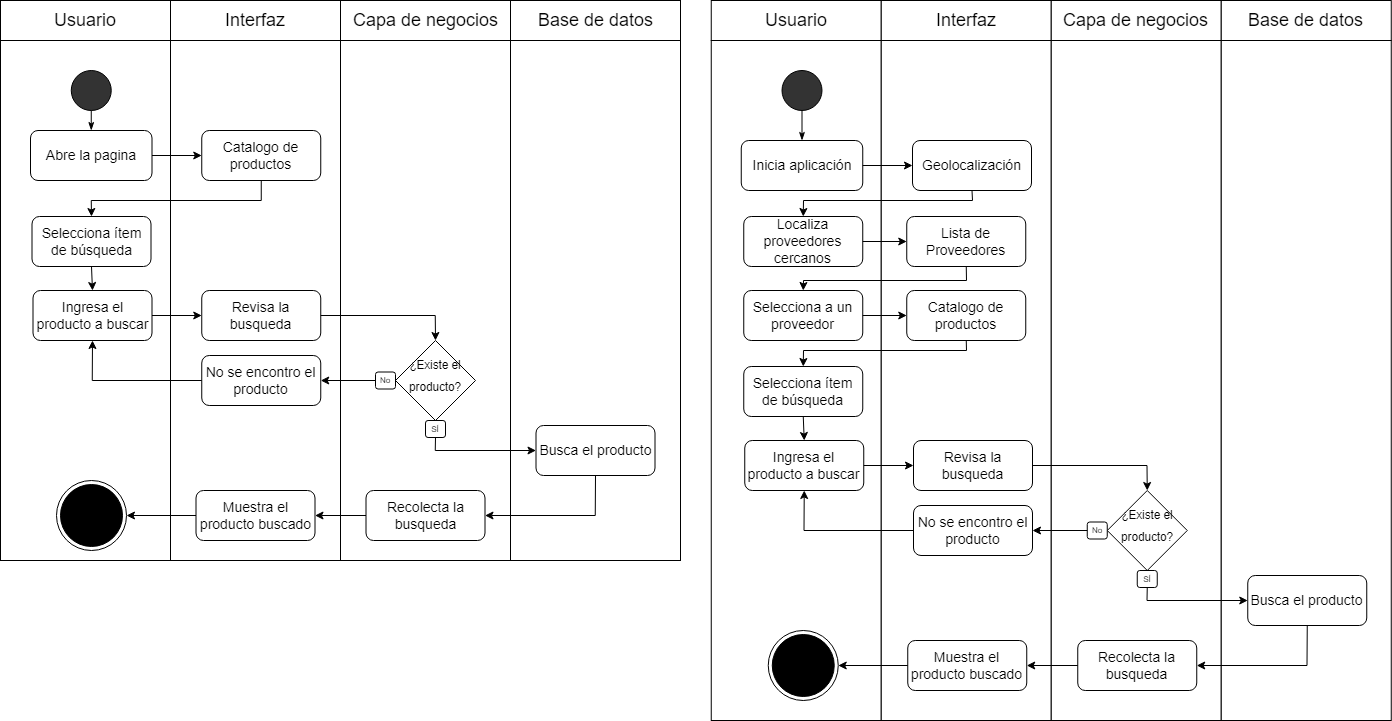
Before: Fase 2/Evidencias Proyecto/Evidencias de documentación/Diagramas/3) Diagrama de Actividad/13)Act_Busqueda_Producto.drawio.png, a diagram exported from draw.io (SoyElMato1/Grupo4-GreenMarket). Source tidied: cells renumbered, new cells last; positions are measured from the earlier drawing's top-left corner, leaving out a move shared by most shapes.
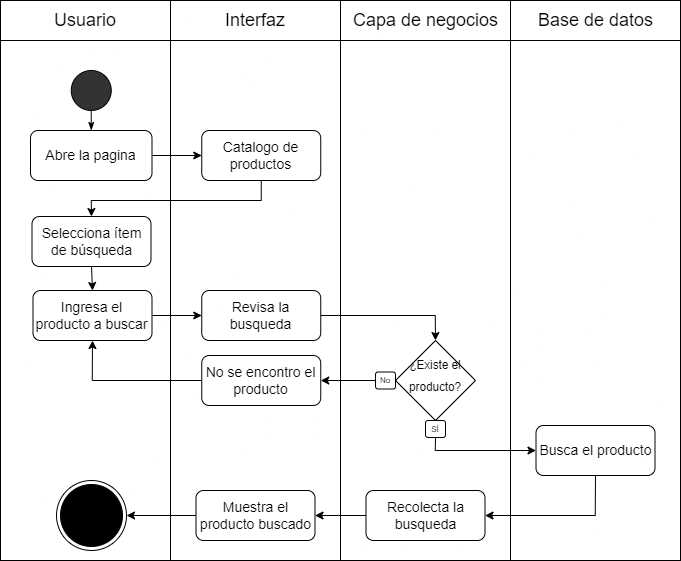
After the commit.

Change to the diagram source:
```diff
@@ -68,72 +68,6 @@
     <mxCell id="23" style="endArrow=classic;html=1;rounded=0;exitX=1;exitY=0.5;exitDx=0;exitDy=0;entryX=0;entryY=0.5;entryDx=0;entryDy=0;" parent="1" edge="1" source="20" target="22">
       <mxGeometry relative="1" as="geometry" />
     </mxCell>
-    <mxCell id="24" style="group;" parent="1" vertex="1">
-      <mxGeometry x="710.8" width="680" height="40" as="geometry" />
-    </mxCell>
-    <mxCell id="25" style="group;" parent="24" vertex="1">
-      <mxGeometry width="170" height="40" as="geometry" />
-    </mxCell>
-    <mxCell id="26" style="rounded=0;whiteSpace=wrap;html=1;fontSize=14;fillColor=#FFFFFF;" parent="25" vertex="1">
-      <mxGeometry width="170" height="40" as="geometry" />
-    </mxCell>
-    <mxCell id="27" value="&lt;font style=&quot;font-size: 18px;&quot;&gt;Usuario&lt;/font&gt;" style="text;html=1;strokeColor=none;fillColor=none;align=center;verticalAlign=middle;whiteSpace=wrap;rounded=0;" parent="25" vertex="1">
-      <mxGeometry x="55" y="5" width="60" height="30" as="geometry" />
-    </mxCell>
-    <mxCell id="28" style="group;" parent="24" vertex="1">
-      <mxGeometry x="170" width="170" height="40" as="geometry" />
-    </mxCell>
-    <mxCell id="29" style="rounded=0;whiteSpace=wrap;html=1;fontSize=14;fillColor=#FFFFFF;" parent="28" vertex="1">
-      <mxGeometry width="170" height="40" as="geometry" />
-    </mxCell>
-    <mxCell id="30" value="&lt;span style=&quot;font-size: 18px;&quot;&gt;Interfaz&lt;/span&gt;" style="text;html=1;strokeColor=none;fillColor=none;align=center;verticalAlign=middle;whiteSpace=wrap;rounded=0;" parent="28" vertex="1">
-      <mxGeometry x="55" y="5" width="60" height="30" as="geometry" />
-    </mxCell>
-    <mxCell id="31" style="group;" parent="24" vertex="1">
-      <mxGeometry x="340" width="170" height="40" as="geometry" />
-    </mxCell>
-    <mxCell id="32" style="rounded=0;whiteSpace=wrap;html=1;fontSize=14;fillColor=#FFFFFF;" parent="31" vertex="1">
-      <mxGeometry width="170" height="40" as="geometry" />
-    </mxCell>
-    <mxCell id="33" value="&lt;span style=&quot;font-size: 18px;&quot;&gt;Capa de negocios&lt;/span&gt;" style="text;html=1;strokeColor=none;fillColor=none;align=center;verticalAlign=middle;whiteSpace=wrap;rounded=0;" parent="31" vertex="1">
-      <mxGeometry x="7.5" y="5" width="155" height="30" as="geometry" />
-    </mxCell>
-    <mxCell id="34" style="group;" parent="24" vertex="1">
-      <mxGeometry x="510" width="170" height="40" as="geometry" />
-    </mxCell>
-    <mxCell id="35" style="rounded=0;whiteSpace=wrap;html=1;fontSize=14;fillColor=#FFFFFF;" parent="34" vertex="1">
-      <mxGeometry width="170" height="40" as="geometry" />
-    </mxCell>
-    <mxCell id="36" value="&lt;span style=&quot;font-size: 18px;&quot;&gt;Base de datos&lt;/span&gt;" style="text;html=1;strokeColor=none;fillColor=none;align=center;verticalAlign=middle;whiteSpace=wrap;rounded=0;" parent="34" vertex="1">
-      <mxGeometry x="7.5" y="5" width="155" height="30" as="geometry" />
-    </mxCell>
-    <mxCell id="37" style="rounded=0;whiteSpace=wrap;html=1;" parent="1" vertex="1">
-      <mxGeometry x="710.8" y="40" width="170" height="680" as="geometry" />
-    </mxCell>
-    <mxCell id="38" style="rounded=0;whiteSpace=wrap;html=1;" parent="1" vertex="1">
-      <mxGeometry x="880.8" y="40" width="170" height="680" as="geometry" />
-    </mxCell>
-    <mxCell id="39" style="rounded=0;whiteSpace=wrap;html=1;" parent="1" vertex="1">
-      <mxGeometry x="1050.8" y="40" width="170" height="680" as="geometry" />
-    </mxCell>
-    <mxCell id="40" style="rounded=0;whiteSpace=wrap;html=1;" parent="1" vertex="1">
-      <mxGeometry x="1220.8" y="40" width="170" height="680" as="geometry" />
-    </mxCell>
-    <mxCell id="41" style="ellipse;whiteSpace=wrap;html=1;fontSize=18;fillColor=#333333;" parent="1" vertex="1">
-      <mxGeometry x="781.5" y="70" width="40" height="40" as="geometry" />
-    </mxCell>
-    <mxCell id="42" value="Inicia aplicación" style="rounded=1;whiteSpace=wrap;html=1;fontSize=14;" parent="1" vertex="1">
-      <mxGeometry x="740.8" y="140" width="121.5" height="50" as="geometry" />
-    </mxCell>
-    <mxCell id="43" style="endArrow=none;html=1;rounded=0;fontSize=18;entryX=0.5;entryY=1;entryDx=0;entryDy=0;exitX=0.5;exitY=0;exitDx=0;exitDy=0;startArrow=classicThin;startFill=1;" parent="1" edge="1" source="42" target="41">
-      <mxGeometry relative="1" as="geometry" />
-    </mxCell>
-    <mxCell id="44" value="Geolocalización" style="rounded=1;whiteSpace=wrap;html=1;fontSize=14;" parent="1" vertex="1">
-      <mxGeometry x="912" y="140" width="119" height="50" as="geometry" />
-    </mxCell>
-    <mxCell id="45" style="endArrow=classic;html=1;rounded=0;exitX=1;exitY=0.5;exitDx=0;exitDy=0;entryX=0;entryY=0.5;entryDx=0;entryDy=0;" parent="1" edge="1" source="42" target="44">
-      <mxGeometry relative="1" as="geometry" />
-    </mxCell>
     <mxCell id="46" style="ellipse;html=1;shape=endState;fillColor=#000000;strokeColor=#000000;" parent="1" vertex="1">
       <mxGeometry x="56" y="480" width="70" height="70" as="geometry" />
     </mxCell>
@@ -221,126 +155,5 @@
     <mxCell id="67" style="endArrow=classic;html=1;rounded=0;entryX=1;entryY=0.5;entryDx=0;entryDy=0;exitX=0;exitY=0.5;exitDx=0;exitDy=0;" parent="1" edge="1" source="64" target="46">
       <mxGeometry relative="1" as="geometry" />
     </mxCell>
-    <mxCell id="68" value="Localiza proveedores cercanos" style="rounded=1;whiteSpace=wrap;html=1;fontSize=14;" parent="1" vertex="1">
-      <mxGeometry x="743.2" y="216" width="119" height="50" as="geometry" />
-    </mxCell>
-    <mxCell id="69" value="Selecciona a un proveedor" style="rounded=1;whiteSpace=wrap;html=1;fontSize=14;" parent="1" vertex="1">
-      <mxGeometry x="743.2" y="290" width="119" height="50" as="geometry" />
-    </mxCell>
-    <mxCell id="70" value="Lista de Proveedores" style="rounded=1;whiteSpace=wrap;html=1;fontSize=14;" parent="1" vertex="1">
-      <mxGeometry x="906.2" y="216" width="119" height="50" as="geometry" />
-    </mxCell>
-    <mxCell id="71" value="Catalogo de productos" style="rounded=1;whiteSpace=wrap;html=1;fontSize=14;" parent="1" vertex="1">
-      <mxGeometry x="906.2" y="290" width="119" height="50" as="geometry" />
-    </mxCell>
-    <mxCell id="72" style="ellipse;html=1;shape=endState;fillColor=#000000;strokeColor=#000000;" parent="1" vertex="1">
-      <mxGeometry x="767.8" y="630" width="70" height="70" as="geometry" />
-    </mxCell>
-    <mxCell id="73" value="Selecciona ítem de búsqueda" style="rounded=1;whiteSpace=wrap;html=1;fontSize=14;" parent="1" vertex="1">
-      <mxGeometry x="743.2" y="366" width="119" height="50" as="geometry" />
-    </mxCell>
-    <mxCell id="74" value="Ingresa el producto a buscar" style="rounded=1;whiteSpace=wrap;html=1;fontSize=14;" parent="1" vertex="1">
-      <mxGeometry x="744.2" y="440" width="119" height="50" as="geometry" />
-    </mxCell>
-    <mxCell id="75" value="Revisa la busqueda" style="rounded=1;whiteSpace=wrap;html=1;fontSize=14;" parent="1" vertex="1">
-      <mxGeometry x="913" y="440" width="119" height="50" as="geometry" />
-    </mxCell>
-    <mxCell id="76" style="endArrow=classic;html=1;rounded=0;exitX=1;exitY=0.5;exitDx=0;exitDy=0;entryX=0;entryY=0.5;entryDx=0;entryDy=0;" parent="1" edge="1" source="74" target="75">
-      <mxGeometry relative="1" as="geometry" />
-    </mxCell>
-    <mxCell id="77" style="endArrow=classic;html=1;rounded=0;exitX=0.5;exitY=1;exitDx=0;exitDy=0;entryX=0.5;entryY=0;entryDx=0;entryDy=0;" parent="1" edge="1" source="73" target="74">
-      <mxGeometry relative="1" as="geometry" />
-    </mxCell>
-    <mxCell id="78" style="group;" parent="1" vertex="1">
-      <mxGeometry x="1086.8" y="490" width="100" height="97" as="geometry" />
-    </mxCell>
-    <mxCell id="79" value="&lt;font style=&quot;line-height: 0; font-size: 14px;&quot;&gt;&lt;sup style=&quot;&quot;&gt;¿Existe el producto?&lt;/sup&gt;&lt;/font&gt;" style="rhombus;whiteSpace=wrap;html=1;fontSize=18;fillColor=#FFFFFF;align=center;" parent="78" vertex="1">
-      <mxGeometry x="20" width="80" height="80" as="geometry" />
-    </mxCell>
-    <mxCell id="80" value="No" style="rounded=1;whiteSpace=wrap;html=1;fontSize=8;fillColor=#FFFFFF;" parent="78" vertex="1">
-      <mxGeometry y="31.5" width="20" height="17" as="geometry" />
-    </mxCell>
-    <mxCell id="81" value="SÍ" style="rounded=1;whiteSpace=wrap;html=1;fontSize=8;fillColor=#FFFFFF;" parent="78" vertex="1">
-      <mxGeometry x="50" y="80" width="20" height="17" as="geometry" />
-    </mxCell>
-    <mxCell id="82" style="endArrow=classic;html=1;rounded=0;exitX=1;exitY=0.5;exitDx=0;exitDy=0;entryX=0.5;entryY=0;entryDx=0;entryDy=0;" parent="1" edge="1" source="75" target="79">
-      <mxGeometry relative="1" as="geometry">
-        <Array as="points">
-          <mxPoint x="1146.5" y="465" />
-        </Array>
-      </mxGeometry>
-    </mxCell>
-    <mxCell id="83" value="No se encontro el producto" style="rounded=1;whiteSpace=wrap;html=1;fontSize=14;" parent="1" vertex="1">
-      <mxGeometry x="913" y="505" width="119" height="50" as="geometry" />
-    </mxCell>
-    <mxCell id="84" style="endArrow=classic;html=1;rounded=0;exitX=0;exitY=0.5;exitDx=0;exitDy=0;entryX=1;entryY=0.5;entryDx=0;entryDy=0;" parent="1" edge="1" source="80" target="83">
-      <mxGeometry relative="1" as="geometry" />
-    </mxCell>
-    <mxCell id="85" style="endArrow=classic;html=1;rounded=0;exitX=0;exitY=0.5;exitDx=0;exitDy=0;entryX=0.5;entryY=1;entryDx=0;entryDy=0;" parent="1" edge="1" source="83" target="74">
-      <mxGeometry relative="1" as="geometry">
-        <Array as="points">
-          <mxPoint x="803.5" y="530" />
-        </Array>
-      </mxGeometry>
-    </mxCell>
-    <mxCell id="86" value="Busca el producto" style="rounded=1;whiteSpace=wrap;html=1;fontSize=14;" parent="1" vertex="1">
-      <mxGeometry x="1247.2" y="575" width="119" height="50" as="geometry" />
-    </mxCell>
-    <mxCell id="87" style="endArrow=classic;html=1;rounded=0;exitX=0.5;exitY=1;exitDx=0;exitDy=0;entryX=0;entryY=0.5;entryDx=0;entryDy=0;" parent="1" edge="1" source="81" target="86">
-      <mxGeometry relative="1" as="geometry">
-        <Array as="points">
-          <mxPoint x="1146.5" y="600" />
-        </Array>
-      </mxGeometry>
-    </mxCell>
-    <mxCell id="88" value="Recolecta la busqueda" style="rounded=1;whiteSpace=wrap;html=1;fontSize=14;" parent="1" vertex="1">
-      <mxGeometry x="1077.2" y="640" width="119" height="50" as="geometry" />
-    </mxCell>
-    <mxCell id="89" value="Muestra el producto buscado" style="rounded=1;whiteSpace=wrap;html=1;fontSize=14;" parent="1" vertex="1">
-      <mxGeometry x="907.2" y="640" width="119" height="50" as="geometry" />
-    </mxCell>
-    <mxCell id="90" style="endArrow=classic;html=1;rounded=0;exitX=0.5;exitY=1;exitDx=0;exitDy=0;entryX=1;entryY=0.5;entryDx=0;entryDy=0;" parent="1" edge="1" source="86" target="88">
-      <mxGeometry relative="1" as="geometry">
-        <Array as="points">
-          <mxPoint x="1306.5" y="665" />
-        </Array>
-      </mxGeometry>
-    </mxCell>
-    <mxCell id="91" style="endArrow=classic;html=1;rounded=0;exitX=0;exitY=0.5;exitDx=0;exitDy=0;entryX=1;entryY=0.5;entryDx=0;entryDy=0;" parent="1" edge="1" source="88" target="89">
-      <mxGeometry relative="1" as="geometry" />
-    </mxCell>
-    <mxCell id="92" style="endArrow=classic;html=1;rounded=0;entryX=1;entryY=0.5;entryDx=0;entryDy=0;exitX=0;exitY=0.5;exitDx=0;exitDy=0;" parent="1" edge="1" source="89" target="72">
-      <mxGeometry relative="1" as="geometry" />
-    </mxCell>
-    <mxCell id="93" style="endArrow=classic;html=1;rounded=0;exitX=0.5;exitY=1;exitDx=0;exitDy=0;entryX=0.5;entryY=0;entryDx=0;entryDy=0;" parent="1" edge="1" source="44" target="68">
-      <mxGeometry relative="1" as="geometry">
-        <Array as="points">
-          <mxPoint x="972" y="200" />
-          <mxPoint x="803" y="200" />
-        </Array>
-      </mxGeometry>
-    </mxCell>
-    <mxCell id="94" style="endArrow=classic;html=1;rounded=0;exitX=1;exitY=0.5;exitDx=0;exitDy=0;entryX=0;entryY=0.5;entryDx=0;entryDy=0;" parent="1" edge="1" source="68" target="70">
-      <mxGeometry relative="1" as="geometry" />
-    </mxCell>
-    <mxCell id="95" style="endArrow=classic;html=1;rounded=0;exitX=0.5;exitY=1;exitDx=0;exitDy=0;entryX=0.5;entryY=0;entryDx=0;entryDy=0;" parent="1" edge="1" source="70" target="69">
-      <mxGeometry relative="1" as="geometry">
-        <Array as="points">
-          <mxPoint x="966" y="280" />
-          <mxPoint x="803" y="280" />
-        </Array>
-      </mxGeometry>
-    </mxCell>
-    <mxCell id="96" style="endArrow=classic;html=1;rounded=0;exitX=1;exitY=0.5;exitDx=0;exitDy=0;entryX=0;entryY=0.5;entryDx=0;entryDy=0;" parent="1" edge="1" source="69" target="71">
-      <mxGeometry relative="1" as="geometry" />
-    </mxCell>
-    <mxCell id="97" style="endArrow=classic;html=1;rounded=0;entryX=0.5;entryY=0;entryDx=0;entryDy=0;exitX=0.5;exitY=1;exitDx=0;exitDy=0;" parent="1" edge="1" source="71" target="73">
-      <mxGeometry relative="1" as="geometry">
-        <Array as="points">
-          <mxPoint x="966" y="350" />
-          <mxPoint x="803" y="350" />
-        </Array>
-      </mxGeometry>
-    </mxCell>
   </root>
 </mxGraphModel>
```
